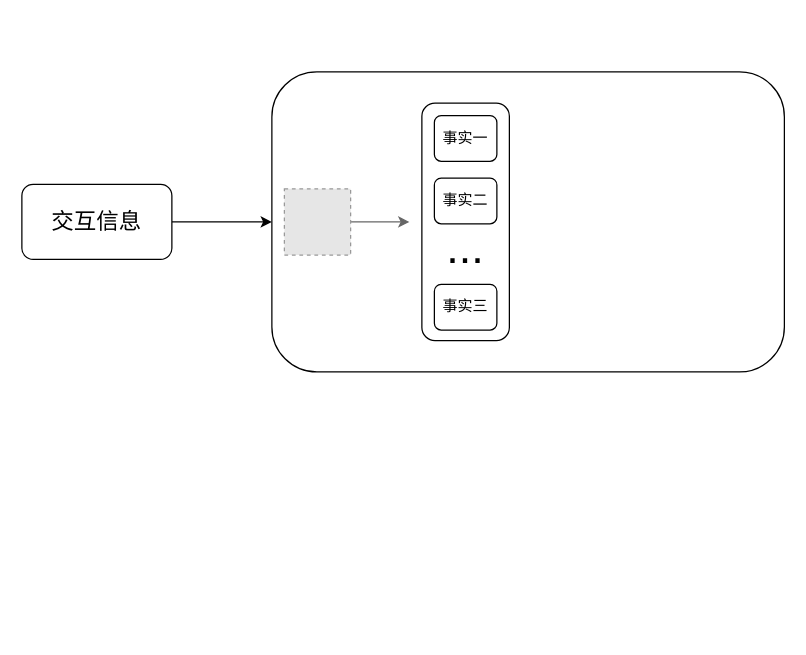
Before: 研究内容1.drawio in niuyiqun/llm_agent, a draw.io diagram. Source tidied: cells renumbered, new cells numbered last; positions are measured from the earlier drawing's top-left corner, leaving out a move shared by most shapes. Both pictures are drawn from the tidied source at 125%, with x=0, y=0 at pixel (21, 71). Pictures stored in the file or linked from it are replaced by grey dashed boxes.
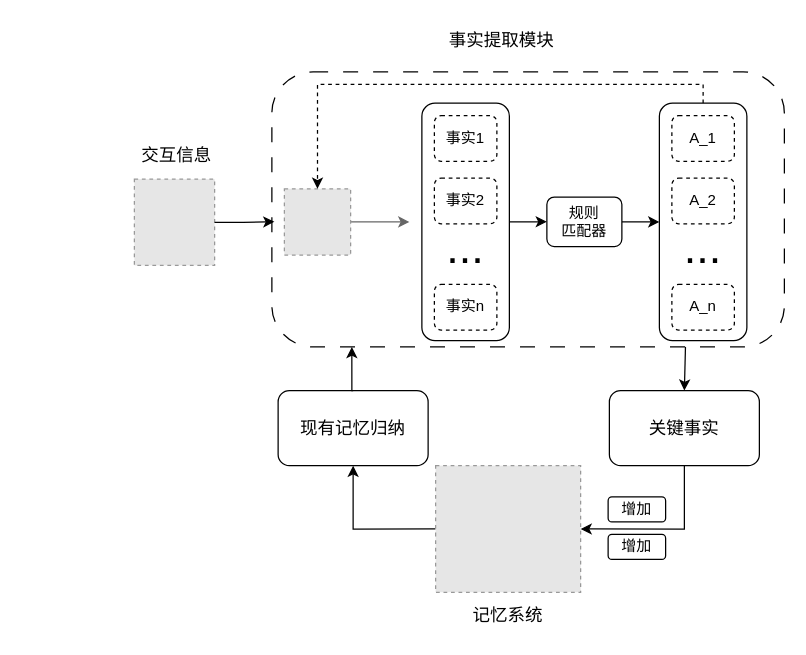
Above is the later version.

Commit message (it also covers changes not shown here):
更新研究内容1.drawio

Unchanged cells that the change refers to:
```xml
<mxCell id="4" style="fillColor=#E6E6E6;strokeColor=#999999;dashed=1;verticalLabelPosition=bottom;verticalAlign=top;" parent="1" vertex="1">
  <mxGeometry x="210" y="93.5" width="53" height="53" as="geometry" />
</mxCell>
<mxCell id="7" style="rounded=1;whiteSpace=wrap;html=1;" parent="1" vertex="1">
  <mxGeometry x="320" y="25" width="70" height="190" as="geometry" />
</mxCell>
```

The edit, as a diff of the source:
```diff
@@
-    <mxCell id="2" style="rounded=1;whiteSpace=wrap;html=1;" parent="1" vertex="1">
-      <mxGeometry x="200" width="410" height="240" as="geometry" />
+    <mxCell id="2" style="rounded=1;whiteSpace=wrap;html=1;dashed=1;dashPattern=12 12;" parent="1" vertex="1">
+      <mxGeometry x="200" width="410" height="220" as="geometry" />
     </mxCell>
@@
-    <mxCell id="5" style="edgeStyle=orthogonalEdgeStyle;rounded=0;jettySize=auto;html=1;exitX=1;exitY=0.5;exitDx=0;exitDy=0;entryX=0;entryY=0.5;entryDx=0;entryDy=0;" parent="1" edge="1" source="6" target="2">
-      <mxGeometry relative="1" as="geometry" />
-    </mxCell>
-    <mxCell id="6" value="&lt;font style=&quot;font-size: 18px;&quot;&gt;交互信息&lt;/font&gt;" style="rounded=1;whiteSpace=wrap;html=1;" parent="1" vertex="1">
-      <mxGeometry y="90" width="120" height="60" as="geometry" />
-    </mxCell>
+    <mxCell id="12" style="edgeStyle=orthogonalEdgeStyle;rounded=0;jettySize=auto;html=1;exitX=1;exitY=0.5;exitDx=0;exitDy=0;entryX=0;entryY=0.5;entryDx=0;entryDy=0;" parent="1" edge="1" source="7" target="21">
+      <mxGeometry relative="1" as="geometry" />
+    </mxCell>
@@
-    <mxCell id="8" value="事实一" style="rounded=1;whiteSpace=wrap;html=1;" parent="1" vertex="1">
+    <mxCell id="8" value="事实1" style="rounded=1;whiteSpace=wrap;html=1;dashed=1;" parent="1" vertex="1">
       <mxGeometry x="330" y="35" width="50" height="36.5" as="geometry" />
     </mxCell>
-    <mxCell id="9" value="事实二" style="rounded=1;whiteSpace=wrap;html=1;" parent="1" vertex="1">
+    <mxCell id="9" value="事实2" style="rounded=1;whiteSpace=wrap;html=1;dashed=1;" parent="1" vertex="1">
       <mxGeometry x="330" y="85" width="50" height="36.5" as="geometry" />
     </mxCell>
@@
-    <mxCell id="11" value="事实三" style="rounded=1;whiteSpace=wrap;html=1;" parent="1" vertex="1">
+    <mxCell id="11" value="事实n" style="rounded=1;whiteSpace=wrap;html=1;dashed=1;" parent="1" vertex="1">
       <mxGeometry x="330" y="170" width="50" height="36.5" as="geometry" />
     </mxCell>
+    <mxCell id="13" style="fillColor=#E6E6E6;strokeColor=#999999;dashed=1;verticalLabelPosition=bottom;verticalAlign=top;" parent="1" vertex="1">
+      <mxGeometry x="90" y="85.8" width="64.2" height="69" as="geometry" />
+    </mxCell>
+    <mxCell id="6" value="&lt;font style=&quot;font-size: 14px;&quot;&gt;交互信息&lt;/font&gt;" style="text;strokeColor=none;align=center;fillColor=none;html=1;verticalAlign=middle;whiteSpace=wrap;rounded=0;" parent="1" vertex="1">
+      <mxGeometry x="94.2" y="51.8" width="60" height="30" as="geometry" />
+    </mxCell>
+    <mxCell id="14" style="edgeStyle=orthogonalEdgeStyle;rounded=0;jettySize=auto;html=1;exitX=0.5;exitY=0;exitDx=0;exitDy=0;entryX=0.5;entryY=0;entryDx=0;entryDy=0;dashed=1;" parent="1" edge="1" source="15" target="4">
+      <mxGeometry relative="1" as="geometry">
+        <Array as="points">
+          <mxPoint x="545" y="10" />
+          <mxPoint x="237" y="10" />
+        </Array>
+      </mxGeometry>
+    </mxCell>
+    <mxCell id="15" style="rounded=1;whiteSpace=wrap;html=1;" parent="1" vertex="1">
+      <mxGeometry x="510" y="25" width="70" height="190" as="geometry" />
+    </mxCell>
+    <mxCell id="16" value="A_1" style="rounded=1;whiteSpace=wrap;html=1;dashed=1;" parent="1" vertex="1">
+      <mxGeometry x="520" y="35" width="50" height="36.5" as="geometry" />
+    </mxCell>
+    <mxCell id="17" value="A_2" style="rounded=1;whiteSpace=wrap;html=1;dashed=1;" parent="1" vertex="1">
+      <mxGeometry x="520" y="85" width="50" height="36.5" as="geometry" />
+    </mxCell>
+    <mxCell id="18" value="&lt;font style=&quot;font-size: 36px;&quot;&gt;...&lt;/font&gt;" style="text;strokeColor=none;align=center;fillColor=none;html=1;verticalAlign=middle;whiteSpace=wrap;rounded=0;" parent="1" vertex="1">
+      <mxGeometry x="515" y="125" width="60" height="30" as="geometry" />
+    </mxCell>
+    <mxCell id="19" value="A_n" style="rounded=1;whiteSpace=wrap;html=1;dashed=1;" parent="1" vertex="1">
+      <mxGeometry x="520" y="170" width="50" height="36.5" as="geometry" />
+    </mxCell>
+    <mxCell id="20" style="edgeStyle=orthogonalEdgeStyle;rounded=0;jettySize=auto;html=1;exitX=1;exitY=0.5;exitDx=0;exitDy=0;entryX=0;entryY=0.5;entryDx=0;entryDy=0;" parent="1" edge="1" source="21" target="15">
+      <mxGeometry relative="1" as="geometry" />
+    </mxCell>
+    <mxCell id="21" value="规则&lt;div&gt;匹配器&lt;/div&gt;" style="rounded=1;whiteSpace=wrap;html=1;" parent="1" vertex="1">
+      <mxGeometry x="420" y="100.2" width="60" height="39.5" as="geometry" />
+    </mxCell>
+    <mxCell id="22" style="edgeStyle=orthogonalEdgeStyle;rounded=0;jettySize=auto;html=1;exitX=1;exitY=0.5;exitDx=0;exitDy=0;entryX=0.005;entryY=0.545;entryDx=0;entryDy=0;entryPerimeter=0;" parent="1" edge="1" source="13" target="2">
+      <mxGeometry relative="1" as="geometry" />
+    </mxCell>
+    <mxCell id="23" value="&lt;span style=&quot;font-size: 14px;&quot;&gt;事实提取模块&lt;/span&gt;" style="text;strokeColor=none;align=center;fillColor=none;html=1;verticalAlign=middle;whiteSpace=wrap;rounded=0;" parent="1" vertex="1">
+      <mxGeometry x="331" y="-40" width="106" height="30" as="geometry" />
+    </mxCell>
+    <mxCell id="24" style="edgeStyle=orthogonalEdgeStyle;rounded=0;jettySize=auto;html=1;exitX=0;exitY=0.5;exitDx=0;exitDy=0;entryX=0.5;entryY=1;entryDx=0;entryDy=0;" parent="1" edge="1" source="25" target="27">
+      <mxGeometry relative="1" as="geometry" />
+    </mxCell>
+    <mxCell id="25" style="fillColor=#E6E6E6;strokeColor=#999999;dashed=1;verticalLabelPosition=bottom;verticalAlign=top;" parent="1" vertex="1">
+      <mxGeometry x="331" y="315" width="116" height="101.3" as="geometry" />
+    </mxCell>
+    <mxCell id="26" value="&lt;span style=&quot;font-size: 14px;&quot;&gt;记忆系统&lt;/span&gt;" style="text;strokeColor=none;align=center;fillColor=none;html=1;verticalAlign=middle;whiteSpace=wrap;rounded=0;" parent="1" vertex="1">
+      <mxGeometry x="336" y="420" width="106" height="30" as="geometry" />
+    </mxCell>
+    <mxCell id="27" value="&lt;font style=&quot;font-size: 14px;&quot;&gt;现有记忆归纳&lt;/font&gt;" style="rounded=1;whiteSpace=wrap;html=1;" parent="1" vertex="1">
+      <mxGeometry x="205" y="255" width="120" height="60" as="geometry" />
+    </mxCell>
+    <mxCell id="28" style="edgeStyle=orthogonalEdgeStyle;rounded=0;jettySize=auto;html=1;exitX=0.5;exitY=0;exitDx=0;exitDy=0;entryX=0.156;entryY=1;entryDx=0;entryDy=0;entryPerimeter=0;" parent="1" edge="1" source="27" target="2">
+      <mxGeometry relative="1" as="geometry" />
+    </mxCell>
+    <mxCell id="29" style="edgeStyle=orthogonalEdgeStyle;rounded=0;jettySize=auto;html=1;exitX=0.5;exitY=1;exitDx=0;exitDy=0;entryX=1;entryY=0.5;entryDx=0;entryDy=0;" parent="1" edge="1" source="30" target="25">
+      <mxGeometry relative="1" as="geometry" />
+    </mxCell>
+    <mxCell id="30" value="&lt;span style=&quot;font-size: 14px;&quot;&gt;关键事实&lt;/span&gt;" style="rounded=1;whiteSpace=wrap;html=1;" parent="1" vertex="1">
+      <mxGeometry x="470" y="255" width="120" height="60" as="geometry" />
+    </mxCell>
+    <mxCell id="31" style="endArrow=classic;html=1;rounded=0;exitX=0.807;exitY=1;exitDx=0;exitDy=0;exitPerimeter=0;entryX=0.5;entryY=0;entryDx=0;entryDy=0;" parent="1" edge="1" source="2" target="30">
+      <mxGeometry relative="1" as="geometry" />
+    </mxCell>
+    <mxCell id="32" value="增加" style="rounded=1;whiteSpace=wrap;html=1;" parent="1" vertex="1">
+      <mxGeometry x="469" y="340" width="46" height="20" as="geometry" />
+    </mxCell>
+    <mxCell id="33" value="增加" style="rounded=1;whiteSpace=wrap;html=1;" parent="1" vertex="1">
+      <mxGeometry x="469" y="370" width="46" height="20" as="geometry" />
+    </mxCell>
```
